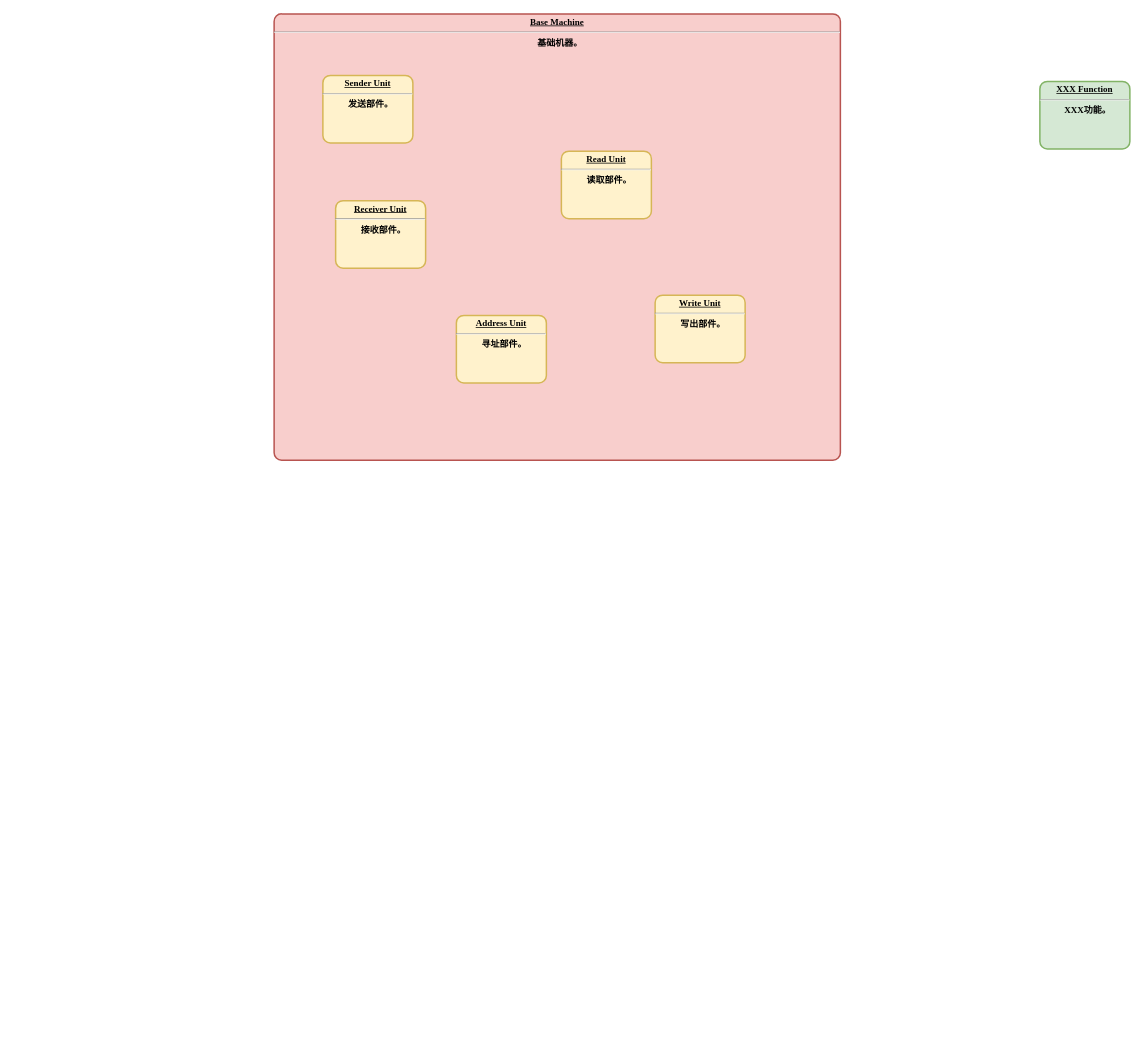
This is page "Machine运作引擎" (4 of 9) of Analyse/总体分析框架.drawio from EntelechySystem/EntelechySystem_theory, a draw.io file, before an edit. Source tidied: cells renumbered, new cells numbered last; positions are measured from the earlier drawing's top-left corner, leaving out a move shared by most shapes. Both pictures are drawn from the tidied source at 75%, with x=0, y=0 at pixel (274, 14).
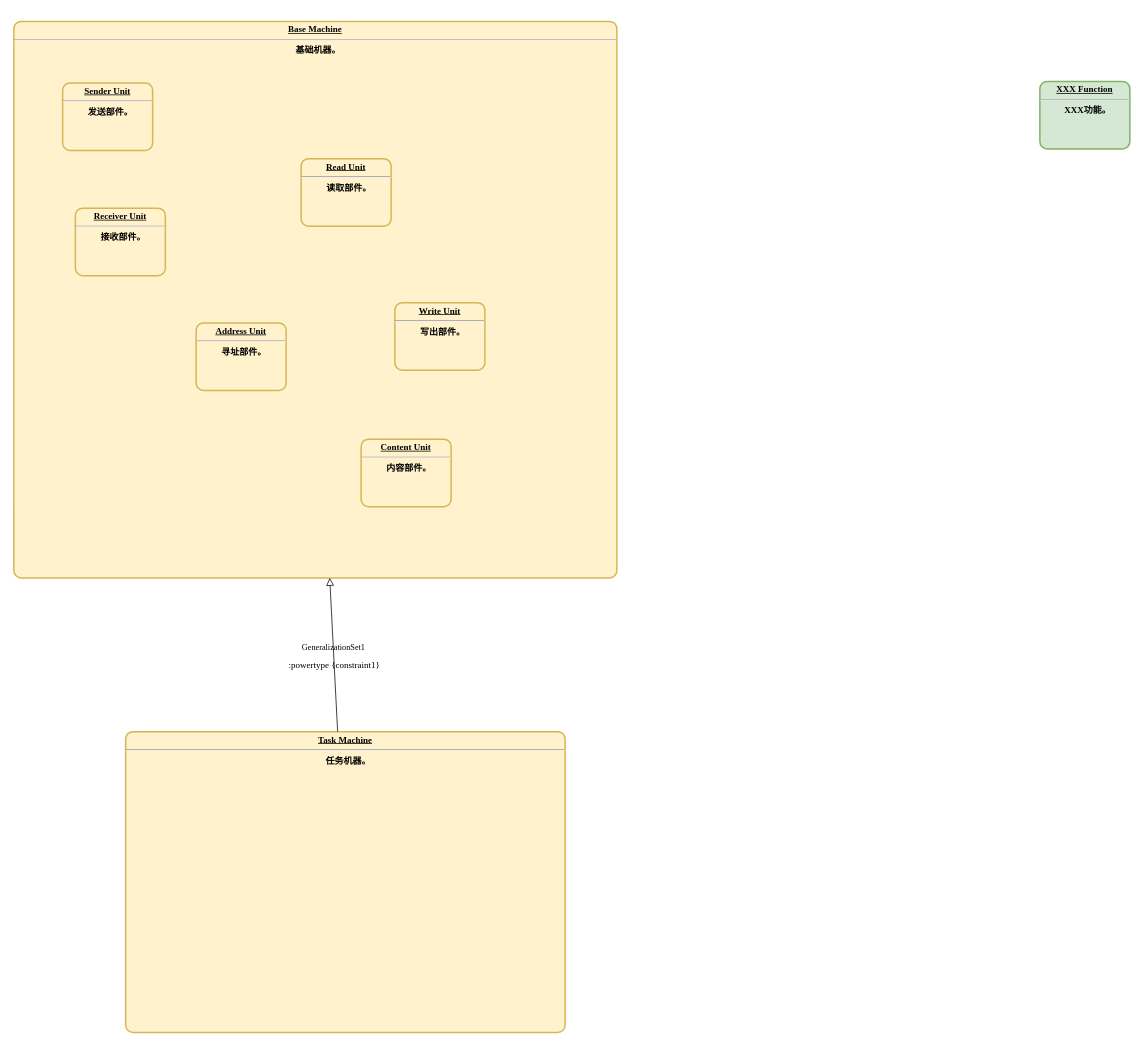
The same diagram, later.

Change to the diagram source:
```diff
@@
 <mxGraphModel>
   <root>
     <mxCell id="0" />
     <mxCell id="1" parent="0" />
     <mxCell id="2" value="&lt;p style=&quot;margin: 0px; margin-top: 4px; text-align: center; text-decoration: underline;&quot;&gt;&lt;strong&gt;XXX Function&lt;br&gt;&lt;/strong&gt;&lt;/p&gt;&lt;hr&gt;&lt;p style=&quot;margin: 0px; margin-left: 8px;&quot;&gt;XXX功能。&lt;/p&gt;" style="verticalAlign=middle;align=center;overflow=fill;fontSize=12;fontFamily=Times New Roman;html=1;rounded=1;fontStyle=1;strokeWidth=2;fillColor=#d5e8d4;whiteSpace=wrap;absoluteArcSize=1;strokeColor=#82b366;" parent="1" vertex="1">
       <mxGeometry x="1021" y="90" width="120" height="90" as="geometry" />
     </mxCell>
-    <mxCell id="3" value="&lt;p style=&quot;margin: 0px; margin-top: 4px; text-align: center; text-decoration: underline;&quot;&gt;&lt;strong&gt;Base Machine&lt;br&gt;&lt;/strong&gt;&lt;/p&gt;&lt;hr&gt;&lt;p style=&quot;margin: 0px; margin-left: 8px;&quot;&gt;基础机器。&lt;/p&gt;" style="verticalAlign=middle;align=center;overflow=fill;fontSize=12;fontFamily=Times New Roman;html=1;rounded=1;fontStyle=1;strokeWidth=2;fillColor=#f8cecc;whiteSpace=wrap;absoluteArcSize=1;strokeColor=#b85450;" parent="1" vertex="1">
-      <mxGeometry width="755" height="595" as="geometry" />
+    <mxCell id="3" value="&lt;p style=&quot;margin: 0px; margin-top: 4px; text-align: center; text-decoration: underline;&quot;&gt;&lt;strong&gt;Base Machine&lt;br&gt;&lt;/strong&gt;&lt;/p&gt;&lt;hr&gt;&lt;p style=&quot;margin: 0px; margin-left: 8px;&quot;&gt;基础机器。&lt;/p&gt;" style="verticalAlign=middle;align=center;overflow=fill;fontSize=12;fontFamily=Times New Roman;html=1;rounded=1;fontStyle=1;strokeWidth=2;fillColor=#fff2cc;whiteSpace=wrap;absoluteArcSize=1;strokeColor=#d6b656;" parent="1" vertex="1">
+      <mxGeometry x="-347" y="10" width="804" height="742" as="geometry" />
     </mxCell>
     <mxCell id="4" value="&lt;p style=&quot;margin: 0px; margin-top: 4px; text-align: center; text-decoration: underline;&quot;&gt;&lt;strong&gt;Sender Unit&lt;/strong&gt;&lt;/p&gt;&lt;hr&gt;&lt;p style=&quot;margin: 0px; margin-left: 8px;&quot;&gt;发送部件。&lt;/p&gt;" style="verticalAlign=middle;align=center;overflow=fill;fontSize=12;fontFamily=Times New Roman;html=1;rounded=1;fontStyle=1;strokeWidth=2;fillColor=#fff2cc;whiteSpace=wrap;absoluteArcSize=1;strokeColor=#d6b656;" parent="3" vertex="1">
       <mxGeometry x="65" y="82" width="120" height="90" as="geometry" />
     </mxCell>
     <mxCell id="5" value="&lt;p style=&quot;margin: 0px; margin-top: 4px; text-align: center; text-decoration: underline;&quot;&gt;&lt;strong&gt;Receiver Unit&lt;/strong&gt;&lt;/p&gt;&lt;hr&gt;&lt;p style=&quot;margin: 0px; margin-left: 8px;&quot;&gt;接收部件。&lt;/p&gt;" style="verticalAlign=middle;align=center;overflow=fill;fontSize=12;fontFamily=Times New Roman;html=1;rounded=1;fontStyle=1;strokeWidth=2;fillColor=#fff2cc;whiteSpace=wrap;absoluteArcSize=1;strokeColor=#d6b656;" parent="3" vertex="1">
       <mxGeometry x="82" y="249" width="120" height="90" as="geometry" />
     </mxCell>
     <mxCell id="6" value="&lt;p style=&quot;margin: 0px; margin-top: 4px; text-align: center; text-decoration: underline;&quot;&gt;&lt;strong&gt;Address Unit&lt;/strong&gt;&lt;/p&gt;&lt;hr&gt;&lt;p style=&quot;margin: 0px; margin-left: 8px;&quot;&gt;寻址部件。&lt;/p&gt;" style="verticalAlign=middle;align=center;overflow=fill;fontSize=12;fontFamily=Times New Roman;html=1;rounded=1;fontStyle=1;strokeWidth=2;fillColor=#fff2cc;whiteSpace=wrap;absoluteArcSize=1;strokeColor=#d6b656;" parent="3" vertex="1">
       <mxGeometry x="243" y="402" width="120" height="90" as="geometry" />
     </mxCell>
     <mxCell id="7" value="&lt;p style=&quot;margin: 0px; margin-top: 4px; text-align: center; text-decoration: underline;&quot;&gt;&lt;strong&gt;Read Unit&lt;/strong&gt;&lt;/p&gt;&lt;hr&gt;&lt;p style=&quot;margin: 0px; margin-left: 8px;&quot;&gt;读取部件。&lt;/p&gt;" style="verticalAlign=middle;align=center;overflow=fill;fontSize=12;fontFamily=Times New Roman;html=1;rounded=1;fontStyle=1;strokeWidth=2;fillColor=#fff2cc;whiteSpace=wrap;absoluteArcSize=1;strokeColor=#d6b656;" parent="3" vertex="1">
       <mxGeometry x="383" y="183" width="120" height="90" as="geometry" />
     </mxCell>
     <mxCell id="8" value="&lt;p style=&quot;margin: 0px; margin-top: 4px; text-align: center; text-decoration: underline;&quot;&gt;&lt;strong&gt;Write Unit&lt;/strong&gt;&lt;/p&gt;&lt;hr&gt;&lt;p style=&quot;margin: 0px; margin-left: 8px;&quot;&gt;写出部件。&lt;/p&gt;" style="verticalAlign=middle;align=center;overflow=fill;fontSize=12;fontFamily=Times New Roman;html=1;rounded=1;fontStyle=1;strokeWidth=2;fillColor=#fff2cc;whiteSpace=wrap;absoluteArcSize=1;strokeColor=#d6b656;" parent="3" vertex="1">
       <mxGeometry x="508" y="375" width="120" height="90" as="geometry" />
     </mxCell>
+    <mxCell id="9" value="&lt;p style=&quot;margin: 0px; margin-top: 4px; text-align: center; text-decoration: underline;&quot;&gt;&lt;strong&gt;Content Unit&lt;/strong&gt;&lt;/p&gt;&lt;hr&gt;&lt;p style=&quot;margin: 0px; margin-left: 8px;&quot;&gt;内容部件。&lt;/p&gt;" style="verticalAlign=middle;align=center;overflow=fill;fontSize=12;fontFamily=Times New Roman;html=1;rounded=1;fontStyle=1;strokeWidth=2;fillColor=#fff2cc;whiteSpace=wrap;absoluteArcSize=1;strokeColor=#d6b656;" parent="3" vertex="1">
+      <mxGeometry x="463" y="557" width="120" height="90" as="geometry" />
+    </mxCell>
+    <mxCell id="10" value="&lt;p style=&quot;margin: 0px; margin-top: 4px; text-align: center; text-decoration: underline;&quot;&gt;&lt;strong&gt;Task Machine&lt;br&gt;&lt;/strong&gt;&lt;/p&gt;&lt;hr&gt;&lt;p style=&quot;margin: 0px; margin-left: 8px;&quot;&gt;任务机器。&lt;/p&gt;" style="verticalAlign=middle;align=center;overflow=fill;fontSize=12;fontFamily=Times New Roman;html=1;rounded=1;fontStyle=1;strokeWidth=2;fillColor=#fff2cc;whiteSpace=wrap;absoluteArcSize=1;strokeColor=#d6b656;" parent="1" vertex="1">
+      <mxGeometry x="-198" y="957" width="586" height="401" as="geometry" />
+    </mxCell>
+    <mxCell id="11" value="GeneralizationSet1" style="endArrow=block;html=1;rounded=0;align=center;verticalAlign=bottom;endFill=0;labelBackgroundColor=none;endSize=8;fontFamily=Times New Roman;" parent="1" edge="1" source="10" target="3">
+      <mxGeometry relative="1" as="geometry" />
+    </mxCell>
+    <mxCell id="12" value=":powertype {constraint1}" style="html=1;align=center;verticalAlign=top;labelBackgroundColor=none;fontFamily=Times New Roman;" parent="11" vertex="1">
+      <mxGeometry relative="1" as="geometry" />
+    </mxCell>
   </root>
 </mxGraphModel>
```
